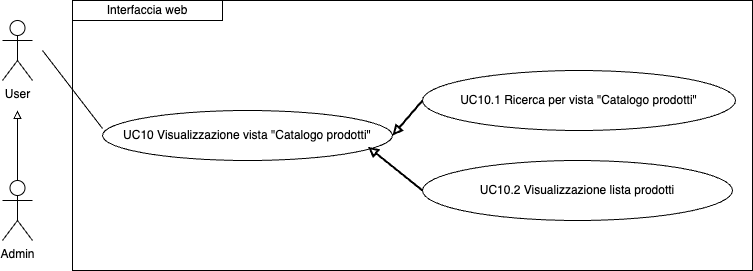
Before: imgs/Uml/UC10.png, a diagram exported from draw.io (ShameIRL/farmacode). Source tidied: cells renumbered, new cells last; positions are measured from the earlier drawing's top-left corner, leaving out a move shared by most shapes. Its diagram source:
```xml
<mxGraphModel>
  <root>
    <mxCell id="0" />
    <mxCell id="1" parent="0" />
    <mxCell id="2" value="UC10.1 Ricerca per vista &quot;Catalogo prodotti&quot;" style="ellipse;whiteSpace=wrap;html=1;" parent="1" vertex="1">
      <mxGeometry x="420" y="70" width="313" height="60" as="geometry" />
    </mxCell>
    <mxCell id="3" value="UC10.2 Visualizzazione lista prodotti" style="ellipse;whiteSpace=wrap;html=1;" parent="1" vertex="1">
      <mxGeometry x="420" y="160" width="310" height="60" as="geometry" />
    </mxCell>
    <mxCell id="4" value="UC10 Visualizzazione vista &quot;Catalogo prodotti&quot;" style="ellipse;whiteSpace=wrap;html=1;" parent="1" vertex="1">
      <mxGeometry x="100" y="110" width="290" height="50" as="geometry" />
    </mxCell>
    <mxCell id="5" style="endArrow=none;html=1;rounded=0;entryX=0;entryY=0.36;entryDx=0;entryDy=0;entryPerimeter=0;" parent="1" edge="1" target="4">
      <mxGeometry relative="1" as="geometry">
        <mxPoint x="40" y="50" as="sourcePoint" />
      </mxGeometry>
    </mxCell>
    <mxCell id="6" style="endArrow=none;html=1;rounded=0;entryX=0;entryY=0.5;entryDx=0;entryDy=0;startArrow=block;startFill=0;strokeWidth=2;exitX=1;exitY=0.5;exitDx=0;exitDy=0;" parent="1" edge="1" source="4" target="2">
      <mxGeometry relative="1" as="geometry" />
    </mxCell>
    <mxCell id="7" style="endArrow=none;html=1;rounded=0;entryX=0;entryY=0.5;entryDx=0;entryDy=0;startArrow=block;startFill=0;strokeWidth=2;exitX=0.915;exitY=0.725;exitDx=0;exitDy=0;exitPerimeter=0;" parent="1" edge="1" source="4" target="3">
      <mxGeometry relative="1" as="geometry" />
    </mxCell>
    <mxCell id="8" value="Interfaccia web" style="rounded=0;whiteSpace=wrap;html=1;" parent="1" vertex="1">
      <mxGeometry x="70" width="150" height="20" as="geometry" />
    </mxCell>
    <mxCell id="9" style="edgeStyle=orthogonalEdgeStyle;rounded=0;jettySize=auto;html=1;exitX=0.5;exitY=0;exitDx=0;exitDy=0;exitPerimeter=0;endArrow=block;endFill=0;" parent="1" edge="1" source="10">
      <mxGeometry relative="1" as="geometry">
        <mxPoint x="15" y="110" as="targetPoint" />
      </mxGeometry>
    </mxCell>
    <mxCell id="10" value="Admin" style="shape=umlActor;verticalLabelPosition=bottom;verticalAlign=top;html=1;outlineConnect=0;" parent="1" vertex="1">
      <mxGeometry y="180" width="30" height="60" as="geometry" />
    </mxCell>
    <mxCell id="11" value="User" style="shape=umlActor;verticalLabelPosition=bottom;verticalAlign=top;html=1;" parent="1" vertex="1">
      <mxGeometry y="20" width="30" height="60" as="geometry" />
    </mxCell>
    <mxCell id="12" style="rounded=0;whiteSpace=wrap;html=1;fillColor=none;" parent="1" vertex="1">
      <mxGeometry x="70" width="680" height="270" as="geometry" />
    </mxCell>
  </root>
</mxGraphModel>
```
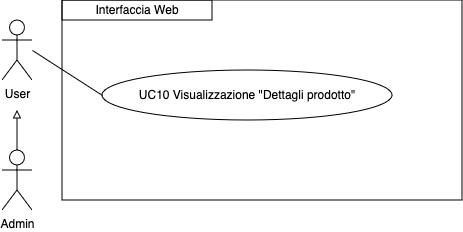
Later version of the same file.

Change to the diagram source:
```diff
@@ -2,42 +2,30 @@
   <root>
     <mxCell id="0" />
     <mxCell id="1" parent="0" />
-    <mxCell id="2" value="UC10.1 Ricerca per vista &quot;Catalogo prodotti&quot;" style="ellipse;whiteSpace=wrap;html=1;" parent="1" vertex="1">
-      <mxGeometry x="420" y="70" width="313" height="60" as="geometry" />
-    </mxCell>
-    <mxCell id="3" value="UC10.2 Visualizzazione lista prodotti" style="ellipse;whiteSpace=wrap;html=1;" parent="1" vertex="1">
-      <mxGeometry x="420" y="160" width="310" height="60" as="geometry" />
-    </mxCell>
-    <mxCell id="4" value="UC10 Visualizzazione vista &quot;Catalogo prodotti&quot;" style="ellipse;whiteSpace=wrap;html=1;" parent="1" vertex="1">
-      <mxGeometry x="100" y="110" width="290" height="50" as="geometry" />
-    </mxCell>
-    <mxCell id="5" style="endArrow=none;html=1;rounded=0;entryX=0;entryY=0.36;entryDx=0;entryDy=0;entryPerimeter=0;" parent="1" edge="1" target="4">
-      <mxGeometry relative="1" as="geometry">
-        <mxPoint x="40" y="50" as="sourcePoint" />
-      </mxGeometry>
-    </mxCell>
-    <mxCell id="6" style="endArrow=none;html=1;rounded=0;entryX=0;entryY=0.5;entryDx=0;entryDy=0;startArrow=block;startFill=0;strokeWidth=2;exitX=1;exitY=0.5;exitDx=0;exitDy=0;" parent="1" edge="1" source="4" target="2">
-      <mxGeometry relative="1" as="geometry" />
-    </mxCell>
-    <mxCell id="7" style="endArrow=none;html=1;rounded=0;entryX=0;entryY=0.5;entryDx=0;entryDy=0;startArrow=block;startFill=0;strokeWidth=2;exitX=0.915;exitY=0.725;exitDx=0;exitDy=0;exitPerimeter=0;" parent="1" edge="1" source="4" target="3">
-      <mxGeometry relative="1" as="geometry" />
-    </mxCell>
-    <mxCell id="8" value="Interfaccia web" style="rounded=0;whiteSpace=wrap;html=1;" parent="1" vertex="1">
-      <mxGeometry x="70" width="150" height="20" as="geometry" />
-    </mxCell>
-    <mxCell id="9" style="edgeStyle=orthogonalEdgeStyle;rounded=0;jettySize=auto;html=1;exitX=0.5;exitY=0;exitDx=0;exitDy=0;exitPerimeter=0;endArrow=block;endFill=0;" parent="1" edge="1" source="10">
-      <mxGeometry relative="1" as="geometry">
-        <mxPoint x="15" y="110" as="targetPoint" />
-      </mxGeometry>
-    </mxCell>
+    <mxCell id="13" style="edgeStyle=orthogonalEdgeStyle;rounded=0;jettySize=auto;html=1;exitX=0.5;exitY=0;exitDx=0;exitDy=0;exitPerimeter=0;endArrow=block;endFill=0;" parent="1" edge="1" source="10">
+      <mxGeometry relative="1" as="geometry">
+        <mxPoint x="85" as="targetPoint" />
+      </mxGeometry>
+    </mxCell>
     <mxCell id="10" value="Admin" style="shape=umlActor;verticalLabelPosition=bottom;verticalAlign=top;html=1;outlineConnect=0;" parent="1" vertex="1">
-      <mxGeometry y="180" width="30" height="60" as="geometry" />
+      <mxGeometry x="70" y="40" width="30" height="60" as="geometry" />
     </mxCell>
+    <mxCell id="14" value="&lt;div&gt;UC10 Visualizzazione &quot;Dettagli prodotto&quot;&lt;br&gt;&lt;/div&gt;" style="ellipse;whiteSpace=wrap;html=1;" parent="1" vertex="1">
+      <mxGeometry x="170" y="-40" width="290" height="50" as="geometry" />
+    </mxCell>
     <mxCell id="11" value="User" style="shape=umlActor;verticalLabelPosition=bottom;verticalAlign=top;html=1;" parent="1" vertex="1">
-      <mxGeometry y="20" width="30" height="60" as="geometry" />
+      <mxGeometry x="70" y="-90" width="30" height="60" as="geometry" />
     </mxCell>
-    <mxCell id="12" style="rounded=0;whiteSpace=wrap;html=1;fillColor=none;" parent="1" vertex="1">
-      <mxGeometry x="70" width="680" height="270" as="geometry" />
-    </mxCell>
+    <mxCell id="15" style="endArrow=none;html=1;rounded=0;entryX=0;entryY=0.5;entryDx=0;entryDy=0;" parent="1" edge="1" target="14">
+      <mxGeometry relative="1" as="geometry">
+        <mxPoint x="100" y="-60" as="sourcePoint" />
+      </mxGeometry>
+    </mxCell>
+    <mxCell id="16" value="Interfaccia Web" style="rounded=0;whiteSpace=wrap;html=1;" parent="1" vertex="1">
+      <mxGeometry x="130" y="-110" width="150" height="20" as="geometry" />
+    </mxCell>
+    <mxCell id="17" style="rounded=0;whiteSpace=wrap;html=1;fillColor=none;" parent="1" vertex="1">
+      <mxGeometry x="130" y="-110" width="400" height="200" as="geometry" />
+    </mxCell>
   </root>
 </mxGraphModel>
```
